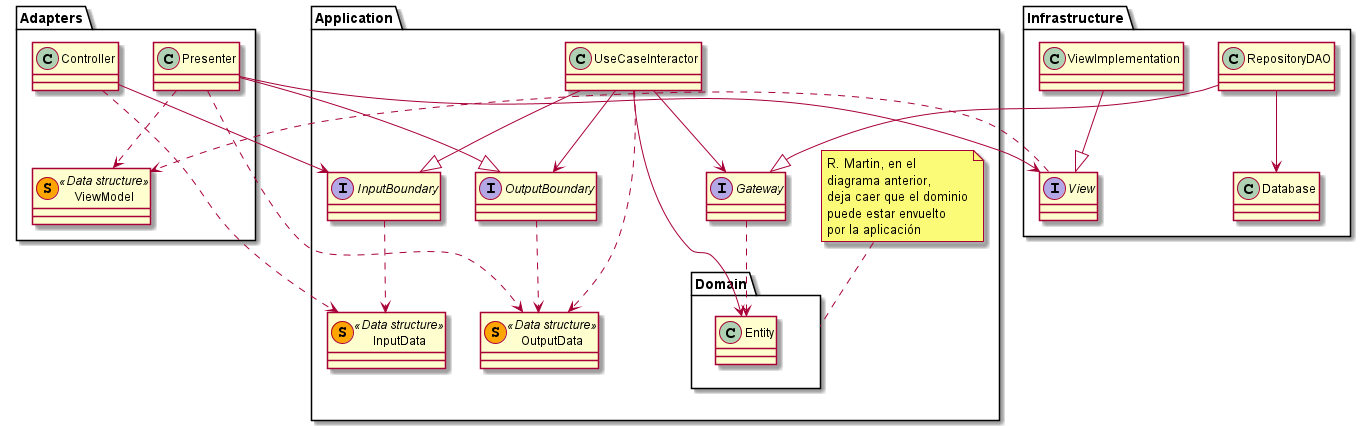
The PlantUML diagram Docs/Architecture/CleanArchitecture-ClassesDiagram.png in x-USantaTecla-game-uno/requirements, before a commit.
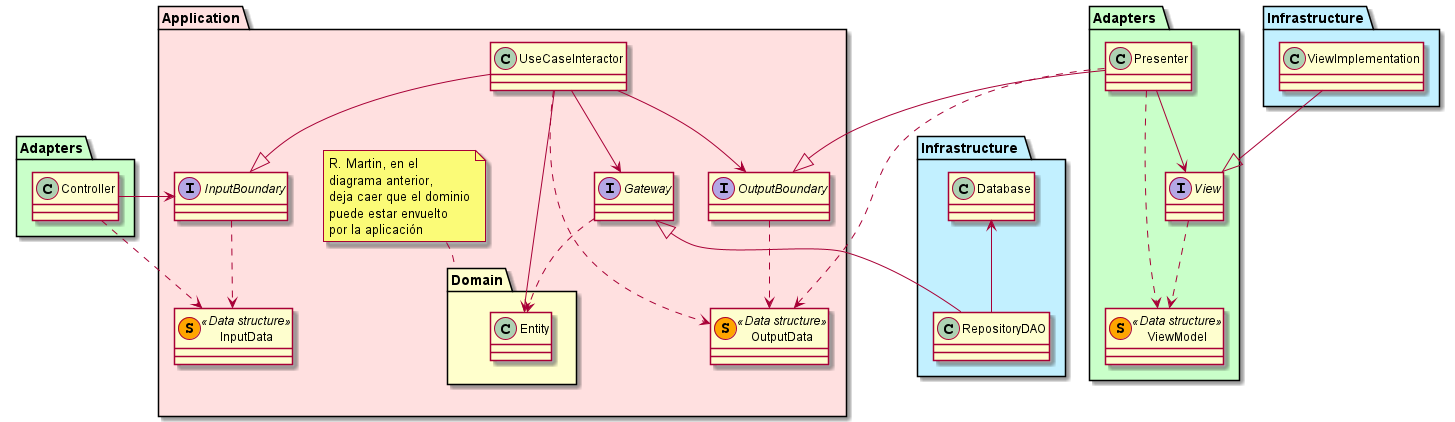
Above is the later version.

Commit message:
PlayCard-Success use case & updated entities

The edit, as a diff of the source:
```diff
@@ -1,8 +1,8 @@
 @startuml
 
-package Application
+package Application #Implementation
 {
-    package Domain
+    package Domain #Business
     {
         class Entity
     }
@@ -36,20 +36,28 @@
     Gateway ..> Entity
 }
 
-package Infrastructure
+package "Infrastructure " #Application
+{
+    RepositoryDAO -u-|> Gateway
+    RepositoryDAO -u-> Database
+}
+
+package Adapters #Technology
+{
+    Controller .r.> InputData
+    Controller -r-> InputBoundary
+}
+
+package Infrastructure #Application
+{
+    class ViewImplementation
+}
+
+package "Adapters " #Technology
 {
     interface View
+    ViewImplementation --|> View
 
-    RepositoryDAO --|> Gateway
-    RepositoryDAO --> Database
-
-    ViewImplementation --|> View
-}
-
-package Adapters
-{
-    Controller ..> InputData
-    Controller --> InputBoundary
 
     Presenter --|> OutputBoundary
     Presenter ..> OutputData
```
